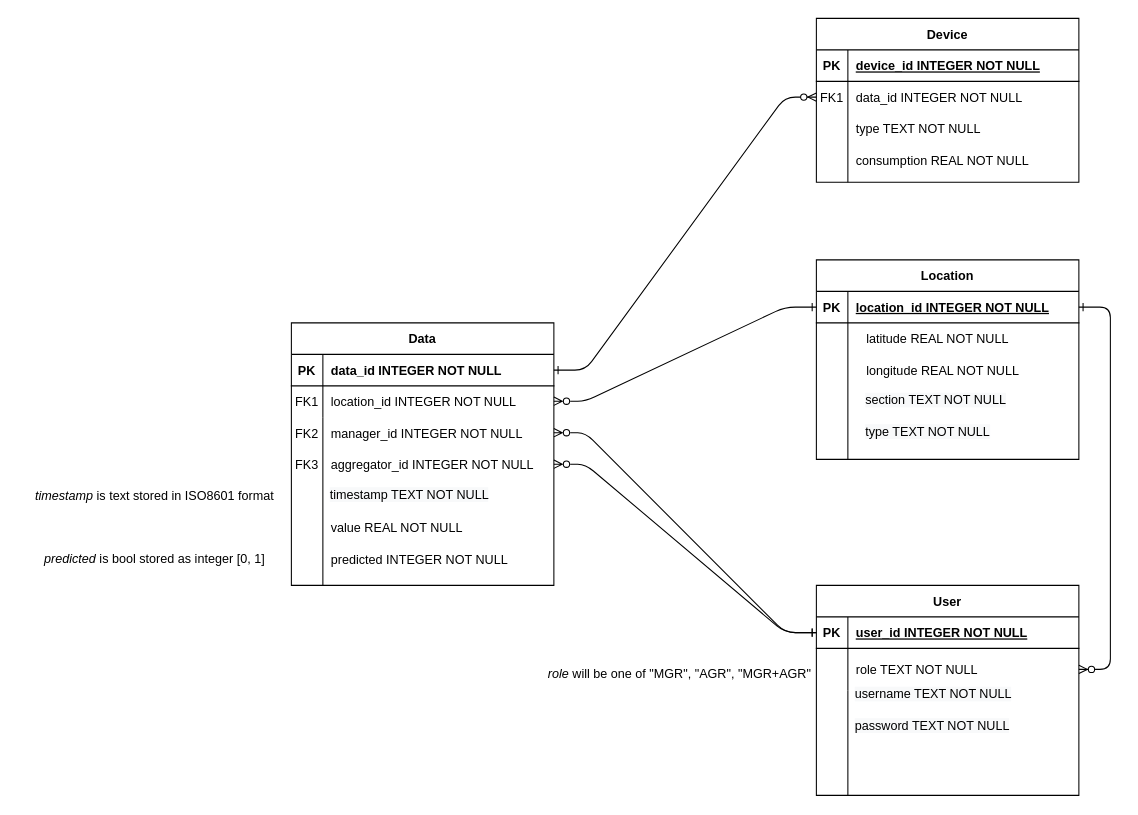
The draw.io diagram docs/database/BeyondDB.drawio in kod-rs/beyond, before the edit. Source tidied: cells renumbered, new cells numbered last; positions are measured from the earlier drawing's top-left corner, leaving out a move shared by most shapes. Both pictures are drawn from the tidied source at 105%, with x=0, y=0 at pixel (18, 18).
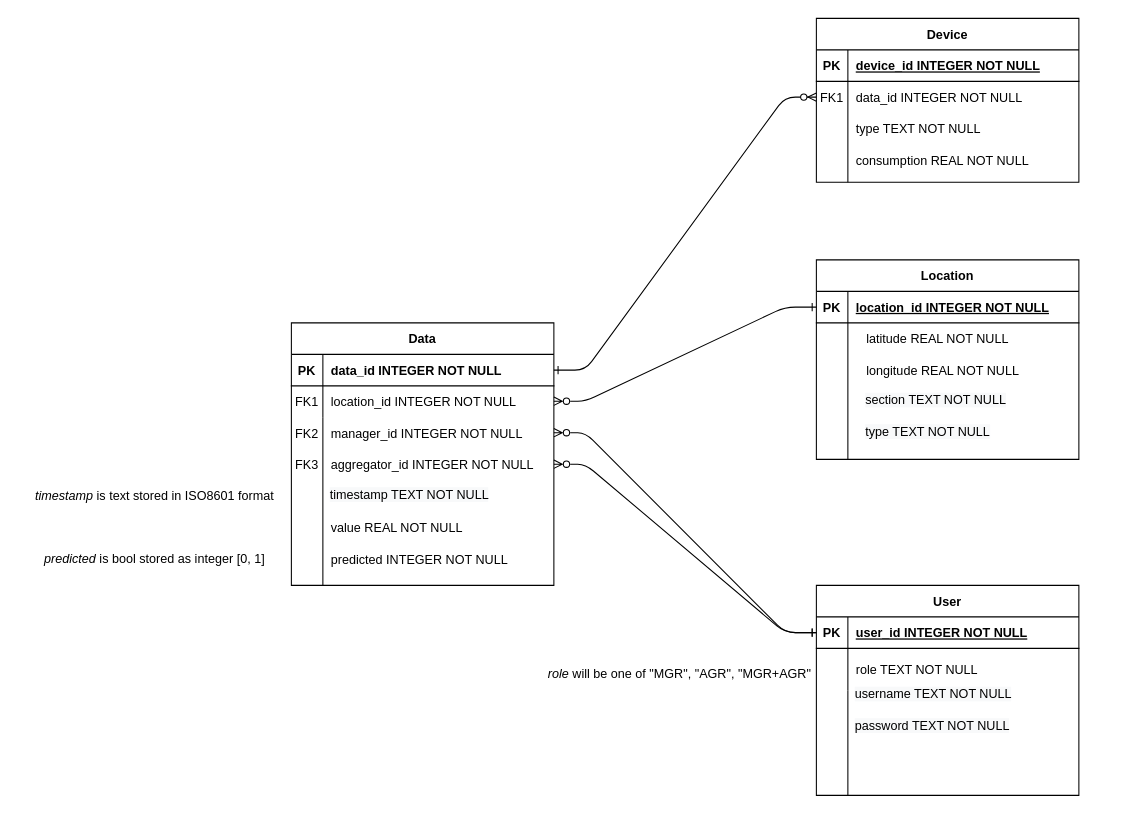
After the change.

Commit message:
docs database BeyondDB.drawio - remove reference

The change refers to these unchanged cells:
```xml
<mxCell id="5" style="shape=partialRectangle;fillColor=none;points=[[0,0.5],[1,0.5]];portConstraint=eastwest;top=0;left=0;right=0;bottom=1;" parent="4" vertex="1">
  <mxGeometry y="30" width="250" height="30" as="geometry" />
</mxCell>
<mxCell id="18" style="shape=partialRectangle;fillColor=none;points=[[0,0.5],[1,0.5]];portConstraint=eastwest;top=0;left=0;right=0;bottom=0;" parent="14" vertex="1">
  <mxGeometry y="60" width="250" height="40" as="geometry" />
</mxCell>
```

Change to the diagram source:
```diff
@@
-    <mxCell id="3" style="edgeStyle=entityRelationEdgeStyle;endArrow=ERzeroToMany;startArrow=ERone;endFill=1;startFill=0;" parent="1" edge="1" source="5" target="18">
-      <mxGeometry relative="1" as="geometry" />
-    </mxCell>
```
